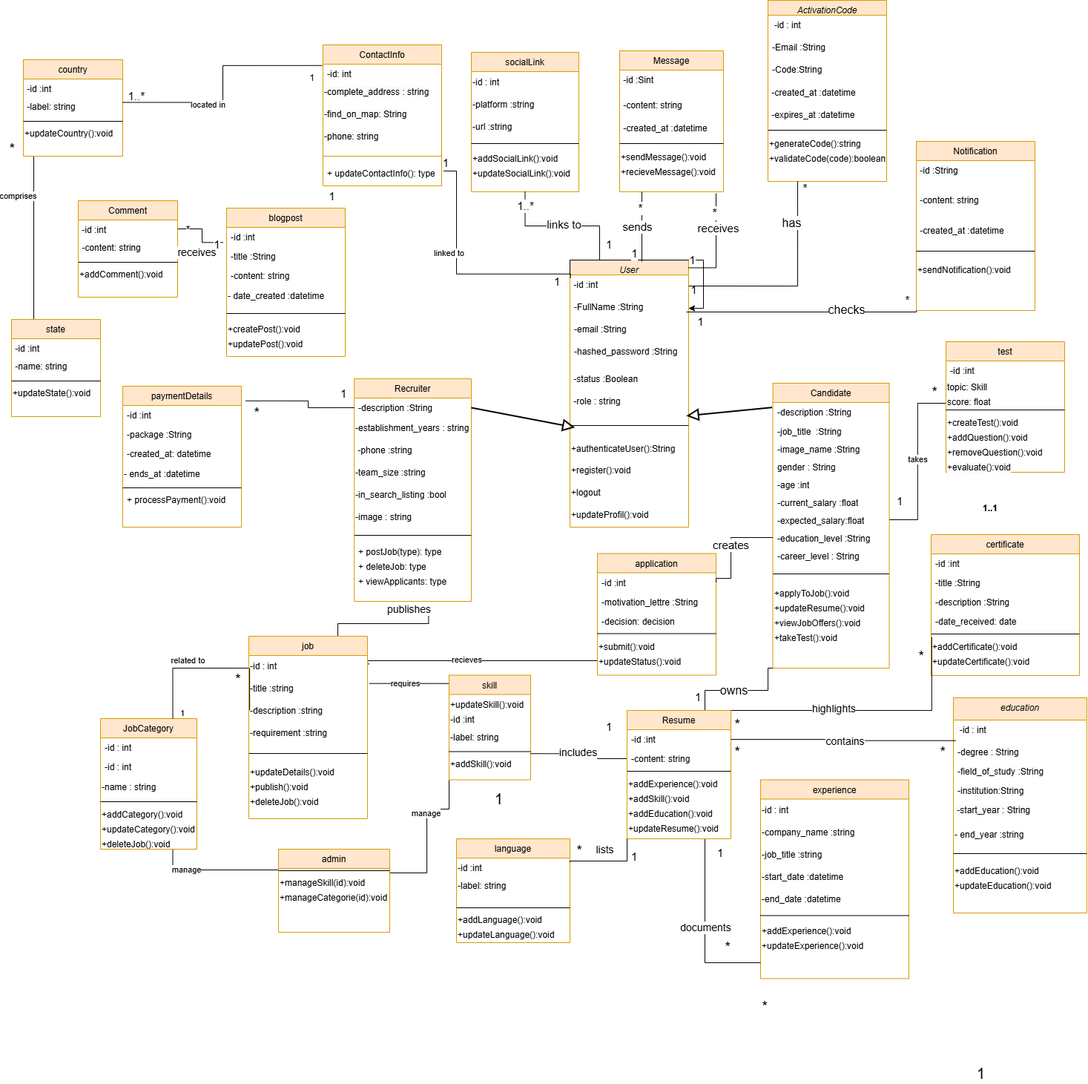
chirine1/-project keeps this draw.io diagram as class diagram.drawio.png. Above is the earlier version. Source tidied: cells renumbered, new cells last; positions are measured from the earlier drawing's top-left corner, leaving out a move shared by most shapes.
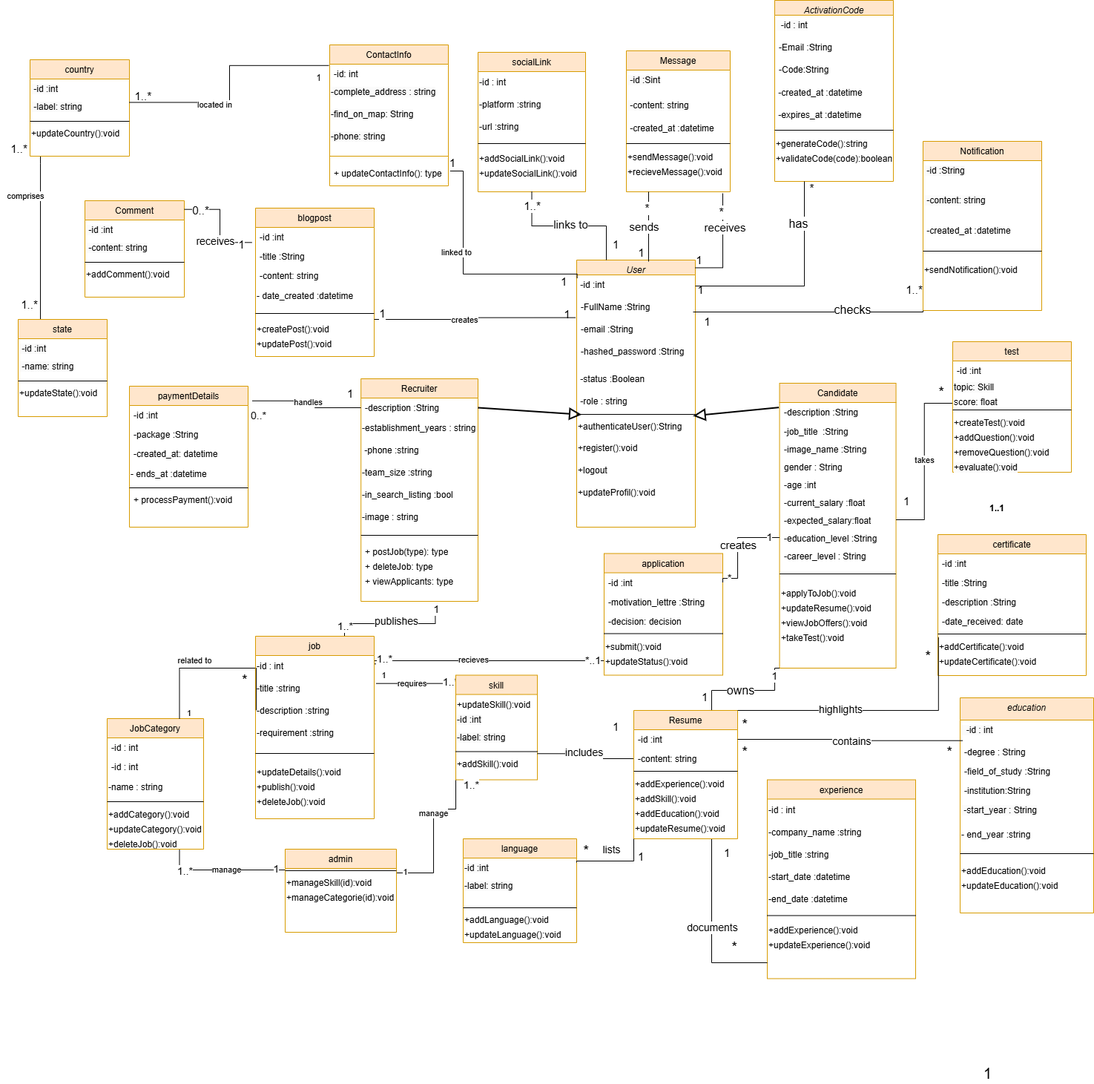
Later version of the same file.

Commit message:
Mettre à jour class diagram.drawio.png

Change to the diagram source:
```diff
@@ -7,5 +7,2 @@
     </mxCell>
-    <mxCell id="3" style="edgeStyle=orthogonalEdgeStyle;rounded=0;jettySize=auto;html=1;exitX=0;exitY=0;exitDx=0;exitDy=0;" parent="2" edge="1" source="4" target="5">
-      <mxGeometry relative="1" as="geometry" />
-    </mxCell>
     <mxCell id="4" value="&amp;nbsp;-id :int" style="text;whiteSpace=wrap;html=1;" parent="2" vertex="1">
@@ -29,15 +26,15 @@
     <mxCell id="10" style="line;html=1;strokeWidth=1;align=left;verticalAlign=middle;spacingTop=-1;spacingLeft=3;spacingRight=3;labelPosition=right;points=[];portConstraint=eastwest;" parent="2" vertex="1">
-      <mxGeometry y="206" width="160" height="34" as="geometry" />
+      <mxGeometry y="206" width="160" height="4" as="geometry" />
     </mxCell>
     <mxCell id="11" value="&lt;div style=&quot;&quot;&gt;&lt;span style=&quot;background-color: initial;&quot;&gt;+authenticateUser():String&lt;/span&gt;&lt;/div&gt;" style="text;html=1;align=left;verticalAlign=middle;strokeColor=none;fillColor=none;" parent="2" vertex="1">
-      <mxGeometry y="240" width="160" height="30" as="geometry" />
+      <mxGeometry y="210" width="160" height="30" as="geometry" />
     </mxCell>
     <mxCell id="12" value="&lt;div style=&quot;forced-color-adjust: none; text-align: left;&quot;&gt;+register():void&lt;/div&gt;&lt;div style=&quot;forced-color-adjust: none; text-align: left;&quot;&gt;&lt;br style=&quot;forced-color-adjust: none; color: rgb(0, 0, 0); font-family: Helvetica; font-size: 12px; font-style: normal; font-variant-ligatures: normal; font-variant-caps: normal; font-weight: 400; letter-spacing: normal; orphans: 2; text-align: left; text-indent: 0px; text-transform: none; widows: 2; word-spacing: 0px; -webkit-text-stroke-width: 0px; white-space: nowrap; background-color: rgb(251, 251, 251); text-decoration-thickness: initial; text-decoration-style: initial; text-decoration-color: initial;&quot;&gt;&lt;br&gt;&lt;br&gt;&lt;/div&gt;" style="text;whiteSpace=wrap;html=1;" parent="2" vertex="1">
-      <mxGeometry y="270" width="160" height="30" as="geometry" />
+      <mxGeometry y="240" width="160" height="30" as="geometry" />
     </mxCell>
     <mxCell id="13" value="&lt;div style=&quot;forced-color-adjust: none; text-align: left;&quot;&gt;+logout&lt;/div&gt;" style="text;whiteSpace=wrap;html=1;" parent="2" vertex="1">
-      <mxGeometry y="300" width="160" height="30" as="geometry" />
+      <mxGeometry y="270" width="160" height="30" as="geometry" />
     </mxCell>
     <mxCell id="14" value="&lt;div style=&quot;forced-color-adjust: none; text-align: left;&quot;&gt;+updateP&lt;span style=&quot;color: rgba(0, 0, 0, 0); font-family: monospace; font-size: 0px; text-wrap: nowrap; background-color: initial;&quot;&gt;%3CmxGraphModel%3E%3Croot%3E%3CmxCell%20id%3D%220%22%2F%3E%3CmxCell%20id%3D%221%22%20parent%3D%220%22%2F%3E%3CmxCell%20id%3D%222%22%20value%3D%22%26lt%3Bdiv%20style%3D%26quot%3Bforced-color-adjust%3A%20none%3B%20text-align%3A%20left%3B%26quot%3B%26gt%3B%2Bregister()%3Avoid%26lt%3B%2Fdiv%26gt%3B%26lt%3Bdiv%20style%3D%26quot%3Bforced-color-adjust%3A%20none%3B%20text-align%3A%20left%3B%26quot%3B%26gt%3B%26lt%3Bbr%20style%3D%26quot%3Bforced-color-adjust%3A%20none%3B%20color%3A%20rgb(0%2C%200%2C%200)%3B%20font-family%3A%20Helvetica%3B%20font-size%3A%2012px%3B%20font-style%3A%20normal%3B%20font-variant-ligatures%3A%20normal%3B%20font-variant-caps%3A%20normal%3B%20font-weight%3A%20400%3B%20letter-spacing%3A%20normal%3B%20orphans%3A%202%3B%20text-align%3A%20left%3B%20text-indent%3A%200px%3B%20text-transform%3A%20none%3B%20widows%3A%202%3B%20word-spacing%3A%200px%3B%20-webkit-text-stroke-width%3A%200px%3B%20white-space%3A%20nowrap%3B%20background-color%3A%20rgb(251%2C%20251%2C%20251)%3B%20text-decoration-thickness%3A%20initial%3B%20text-decoration-style%3A%20initial%3B%20text-decoration-color%3A%20initial%3B%26quot%3B%26gt%3B%26lt%3Bbr%26gt%3B%26lt%3Bbr%26gt%3B%26lt%3B%2Fdiv%26gt%3B%22%20style%3D%22text%3BwhiteSpace%3Dwrap%3Bhtml%3D1%3B%22%20vertex%3D%221%22%20parent%3D%221%22%3E%3CmxGeometry%20x%3D%22193%22%20y%3D%22-820%22%20width%3D%22160%22%20height%3D%2230%22%20as%3D%22geometry%22%2F%3E%3C%2FmxCell%3E%3C%2Froot%3E%3C%2FmxGraphModel%3E&lt;/span&gt;&lt;span style=&quot;background-color: initial;&quot;&gt;rofil():void&lt;/span&gt;&lt;/div&gt;&lt;div style=&quot;forced-color-adjust: none; text-align: left;&quot;&gt;&lt;br style=&quot;forced-color-adjust: none; color: rgb(0, 0, 0); font-family: Helvetica; font-size: 12px; font-style: normal; font-variant-ligatures: normal; font-variant-caps: normal; font-weight: 400; letter-spacing: normal; orphans: 2; text-align: left; text-indent: 0px; text-transform: none; widows: 2; word-spacing: 0px; -webkit-text-stroke-width: 0px; white-space: nowrap; background-color: rgb(251, 251, 251); text-decoration-thickness: initial; text-decoration-style: initial; text-decoration-color: initial;&quot;&gt;&lt;br&gt;&lt;br&gt;&lt;/div&gt;" style="text;whiteSpace=wrap;html=1;" parent="2" vertex="1">
-      <mxGeometry y="330" width="160" height="20" as="geometry" />
+      <mxGeometry y="300" width="160" height="20" as="geometry" />
     </mxCell>
@@ -230,4 +227,12 @@
     <mxCell id="77" value="manage" style="edgeLabel;html=1;align=center;verticalAlign=middle;" parent="76" vertex="1">
-      <mxGeometry x="0.47" relative="1" as="geometry" />
+      <mxGeometry x="0.47" relative="1" as="geometry">
+        <mxPoint x="45" as="offset" />
+      </mxGeometry>
     </mxCell>
+    <mxCell id="279" value="&lt;font style=&quot;font-size: 14px;&quot;&gt;1&lt;/font&gt;" style="edgeLabel;html=1;align=center;verticalAlign=middle;" parent="76" vertex="1">
+      <mxGeometry x="-0.86" y="-1" relative="1" as="geometry" />
+    </mxCell>
+    <mxCell id="280" value="&lt;font style=&quot;font-size: 14px;&quot;&gt;1..*&lt;/font&gt;" style="edgeLabel;html=1;align=center;verticalAlign=middle;" parent="76" vertex="1">
+      <mxGeometry x="0.58" y="2" relative="1" as="geometry" />
+    </mxCell>
     <mxCell id="78" style="edgeStyle=orthogonalEdgeStyle;rounded=0;jettySize=auto;html=1;endArrow=none;endFill=0;exitX=1;exitY=0;exitDx=0;exitDy=0;entryX=0;entryY=0.5;entryDx=0;entryDy=0;" parent="1" edge="1" source="82" target="123">
@@ -246,2 +251,5 @@
     </mxCell>
+    <mxCell id="281" value="1" style="edgeLabel;html=1;align=center;verticalAlign=middle;" parent="78" vertex="1">
+      <mxGeometry x="-0.92" y="1" relative="1" as="geometry" />
+    </mxCell>
     <mxCell id="80" value="admin" style="swimlane;fontStyle=0;align=center;verticalAlign=top;horizontal=1;startSize=26;rounded=0;shadow=0;strokeWidth=1;fillColor=#ffe6cc;strokeColor=#d79b00;" parent="1" vertex="1">
@@ -351,2 +359,8 @@
     </mxCell>
+    <mxCell id="282" value="&lt;font style=&quot;font-size: 14px;&quot;&gt;*..1&lt;/font&gt;" style="edgeLabel;html=1;align=center;verticalAlign=middle;" parent="111" vertex="1">
+      <mxGeometry x="0.88" relative="1" as="geometry" />
+    </mxCell>
+    <mxCell id="283" value="&lt;font style=&quot;font-size: 14px;&quot;&gt;1..*&lt;/font&gt;" style="edgeLabel;html=1;align=center;verticalAlign=middle;" parent="111" vertex="1">
+      <mxGeometry x="-0.87" y="2" relative="1" as="geometry" />
+    </mxCell>
     <mxCell id="113" style="edgeStyle=orthogonalEdgeStyle;rounded=0;jettySize=auto;html=1;exitX=1.016;exitY=0.256;exitDx=0;exitDy=0;entryX=0;entryY=0;entryDx=0;entryDy=0;endArrow=none;endFill=0;exitPerimeter=0;" parent="1" edge="1" source="271" target="122">
@@ -361,2 +375,10 @@
     </mxCell>
+    <mxCell id="284" value="&lt;font style=&quot;font-size: 14px;&quot;&gt;1..*&lt;/font&gt;" style="edgeLabel;html=1;align=center;verticalAlign=middle;" parent="113" vertex="1">
+      <mxGeometry x="0.63" y="2" relative="1" as="geometry" />
+    </mxCell>
+    <mxCell id="285" value="1" style="edgeLabel;html=1;align=center;verticalAlign=middle;" parent="113" vertex="1">
+      <mxGeometry x="-0.84" y="1" relative="1" as="geometry">
+        <mxPoint y="-10" as="offset" />
+      </mxGeometry>
+    </mxCell>
     <mxCell id="115" value="language" style="swimlane;fontStyle=0;align=center;verticalAlign=top;horizontal=1;startSize=26;rounded=0;shadow=0;strokeWidth=1;fillColor=#ffe6cc;strokeColor=#d79b00;" parent="1" vertex="1">
@@ -419,3 +441,3 @@
     <mxCell id="134" value="blogpost" style="swimlane;fontStyle=0;align=center;verticalAlign=top;horizontal=1;startSize=26;rounded=0;shadow=0;strokeWidth=1;fillColor=#ffe6cc;strokeColor=#d79b00;" parent="1" vertex="1">
-      <mxGeometry x="304" y="280" width="160" height="200" as="geometry" />
+      <mxGeometry x="334" y="280" width="160" height="200" as="geometry" />
     </mxCell>
@@ -455,5 +477,5 @@
     </mxCell>
-    <mxCell id="144" value="&lt;font style=&quot;font-size: 15px;&quot;&gt;*&lt;/font&gt;" style="edgeLabel;html=1;align=center;verticalAlign=middle;" parent="142" vertex="1">
+    <mxCell id="144" value="&lt;font style=&quot;font-size: 15px;&quot;&gt;1..*&lt;/font&gt;" style="edgeLabel;html=1;align=center;verticalAlign=middle;" parent="142" vertex="1">
       <mxGeometry x="0.91" y="2" relative="1" as="geometry">
-        <mxPoint y="-14" as="offset" />
+        <mxPoint y="-28" as="offset" />
       </mxGeometry>
@@ -490,3 +512,3 @@
     </mxCell>
-    <mxCell id="150" style="edgeStyle=orthogonalEdgeStyle;rounded=0;jettySize=auto;html=1;exitX=-0.031;exitY=-0.218;exitDx=0;exitDy=0;entryX=1;entryY=0.5;entryDx=0;entryDy=0;endArrow=none;endFill=0;exitPerimeter=0;" parent="1" edge="1" source="136" target="63">
+    <mxCell id="150" style="edgeStyle=orthogonalEdgeStyle;rounded=0;jettySize=auto;html=1;exitX=-0.031;exitY=-0.218;exitDx=0;exitDy=0;entryX=1.001;entryY=0.09;entryDx=0;entryDy=0;endArrow=none;endFill=0;exitPerimeter=0;entryPerimeter=0;" parent="1" edge="1" source="136" target="62">
       <mxGeometry relative="1" as="geometry" />
@@ -496,3 +518,3 @@
     </mxCell>
-    <mxCell id="152" value="&lt;font style=&quot;font-size: 15px;&quot;&gt;*&lt;/font&gt;" style="edgeLabel;html=1;align=center;verticalAlign=middle;" parent="150" vertex="1">
+    <mxCell id="152" value="&lt;font style=&quot;font-size: 15px;&quot;&gt;0..*&lt;/font&gt;" style="edgeLabel;html=1;align=center;verticalAlign=middle;" parent="150" vertex="1">
       <mxGeometry x="0.7" y="1" relative="1" as="geometry">
@@ -529,2 +551,5 @@
     </mxCell>
+    <mxCell id="286" value="&lt;font style=&quot;font-size: 14px;&quot;&gt;1&lt;/font&gt;" style="edgeLabel;html=1;align=center;verticalAlign=middle;" parent="157" vertex="1">
+      <mxGeometry x="0.77" y="1" relative="1" as="geometry" />
+    </mxCell>
     <mxCell id="159" style="edgeStyle=orthogonalEdgeStyle;rounded=0;jettySize=auto;html=1;exitX=0.75;exitY=1;exitDx=0;exitDy=0;endArrow=none;endFill=0;" parent="1" edge="1" source="163" target="40">
@@ -614,2 +639,8 @@
     </mxCell>
+    <mxCell id="287" value="&lt;font style=&quot;font-size: 14px;&quot;&gt;1&lt;/font&gt;" style="edgeLabel;html=1;align=center;verticalAlign=middle;" parent="180" vertex="1">
+      <mxGeometry x="-0.79" relative="1" as="geometry" />
+    </mxCell>
+    <mxCell id="223" value="&lt;font style=&quot;font-size: 14px;&quot;&gt;*&lt;/font&gt;" style="edgeLabel;html=1;align=center;verticalAlign=middle;" parent="180" vertex="1">
+      <mxGeometry x="0.79" y="-1" relative="1" as="geometry" />
+    </mxCell>
     <mxCell id="182" style="edgeStyle=orthogonalEdgeStyle;rounded=0;jettySize=auto;html=1;entryX=1;entryY=0.029;entryDx=0;entryDy=0;entryPerimeter=0;endArrow=none;endFill=0;" parent="1" edge="1" target="2">
@@ -640,5 +671,11 @@
       <mxGeometry x="-0.23" y="-3" relative="1" as="geometry">
-        <mxPoint x="49" y="-22" as="offset" />
+        <mxPoint x="24" y="-6" as="offset" />
       </mxGeometry>
     </mxCell>
+    <mxCell id="288" value="&lt;font style=&quot;font-size: 14px;&quot;&gt;1&lt;/font&gt;" style="edgeLabel;html=1;align=center;verticalAlign=middle;" parent="185" vertex="1">
+      <mxGeometry x="0.94" y="-1" relative="1" as="geometry" />
+    </mxCell>
+    <mxCell id="289" value="&lt;font style=&quot;font-size: 14px;&quot;&gt;1..*&lt;/font&gt;" style="edgeLabel;html=1;align=center;verticalAlign=middle;" parent="185" vertex="1">
+      <mxGeometry x="-0.83" relative="1" as="geometry" />
+    </mxCell>
     <mxCell id="187" style="endArrow=none;html=1;edgeStyle=orthogonalEdgeStyle;rounded=0;entryX=1;entryY=0.25;entryDx=0;entryDy=0;exitX=0;exitY=1;exitDx=0;exitDy=0;" parent="1" edge="1" source="163" target="116">
@@ -778,3 +815,3 @@
     </mxCell>
-    <mxCell id="215" value="&lt;font style=&quot;font-size: 20px;&quot;&gt;*&lt;/font&gt;" style="edgeLabel;html=1;align=right;verticalAlign=bottom;" parent="213" vertex="1">
+    <mxCell id="215" value="&lt;font style=&quot;font-size: 14px;&quot;&gt;0..*&lt;/font&gt;" style="edgeLabel;html=1;align=right;verticalAlign=bottom;" parent="213" vertex="1">
       <mxGeometry x="1" relative="1" as="geometry">
@@ -783,2 +820,5 @@
     </mxCell>
+    <mxCell id="290" value="handles" style="edgeLabel;html=1;align=center;verticalAlign=middle;" parent="213" vertex="1">
+      <mxGeometry x="0.04" y="2" relative="1" as="geometry" />
+    </mxCell>
     <mxCell id="216" value="1" style="text;html=1;align=center;verticalAlign=middle;strokeColor=none;fillColor=none;" parent="1" vertex="1">
@@ -786,4 +826,4 @@
     </mxCell>
-    <mxCell id="217" value="&lt;font style=&quot;font-size: 20px;&quot;&gt;*&lt;/font&gt;" style="text;html=1;align=center;verticalAlign=middle;strokeColor=none;fillColor=none;" parent="1" vertex="1">
-      <mxGeometry y="180" width="30" height="40" as="geometry" />
+    <mxCell id="217" value="&lt;font style=&quot;font-size: 15px;&quot;&gt;1..*&lt;/font&gt;" style="text;html=1;align=center;verticalAlign=middle;strokeColor=none;fillColor=none;" parent="1" vertex="1">
+      <mxGeometry x="-10" y="185" width="50" height="30" as="geometry" />
     </mxCell>
@@ -795,4 +835,6 @@
     </mxCell>
-    <mxCell id="220" value="&lt;font style=&quot;font-size: 20px;&quot;&gt;1&lt;/font&gt;" style="edgeLabel;html=1;align=left;verticalAlign=bottom;" parent="1" vertex="1">
-      <mxGeometry x="664" y="1090" as="geometry" />
+    <mxCell id="220" value="&lt;font style=&quot;font-size: 14px;&quot;&gt;1..*&lt;/font&gt;" style="edgeLabel;html=1;align=left;verticalAlign=bottom;" parent="1" vertex="1">
+      <mxGeometry x="664" y="1090" as="geometry">
+        <mxPoint x="-51" y="-22" as="offset" />
+      </mxGeometry>
     </mxCell>
@@ -804,5 +846,2 @@
     </mxCell>
-    <mxCell id="223" value="&lt;div style=&quot;font-size: 20px;&quot;&gt;*&lt;/div&gt;" style="edgeLabel;html=1;align=right;verticalAlign=bottom;" parent="1" vertex="1">
-      <mxGeometry x="1034" y="1370" as="geometry" />
-    </mxCell>
     <mxCell id="224" value="&lt;div style=&quot;&quot;&gt;&lt;font style=&quot;font-size: 15px;&quot;&gt;1&lt;/font&gt;&lt;/div&gt;" style="edgeLabel;html=1;align=left;verticalAlign=bottom;" parent="1" vertex="1">
@@ -832,7 +871,2 @@
     </mxCell>
-    <mxCell id="231" value="&lt;font style=&quot;font-size: 15px;&quot;&gt;1&lt;/font&gt;" style="edgeLabel;html=1;align=center;verticalAlign=middle;" parent="1" vertex="1">
-      <mxGeometry x="955" y="510" as="geometry">
-        <mxPoint x="-509" y="-246" as="offset" />
-      </mxGeometry>
-    </mxCell>
     <mxCell id="232" value="&lt;font style=&quot;font-size: 15px;&quot;&gt;1&lt;/font&gt;" style="edgeLabel;html=1;align=left;verticalAlign=bottom;" parent="1" vertex="1">
@@ -1000,2 +1034,19 @@
     </mxCell>
+    <mxCell id="291" value="&lt;font style=&quot;font-size: 15px;&quot;&gt;1..*&lt;/font&gt;" style="text;html=1;align=center;verticalAlign=middle;strokeColor=none;fillColor=none;" parent="1" vertex="1">
+      <mxGeometry x="4" y="395" width="50" height="30" as="geometry" />
+    </mxCell>
+    <mxCell id="292" style="edgeStyle=orthogonalEdgeStyle;rounded=0;jettySize=auto;html=1;exitX=1;exitY=0.75;exitDx=0;exitDy=0;entryX=-0.009;entryY=-0.08;entryDx=0;entryDy=0;entryPerimeter=0;endArrow=none;endFill=0;" parent="1" edge="1" source="134" target="6">
+      <mxGeometry relative="1" as="geometry" />
+    </mxCell>
+    <mxCell id="231" value="&lt;font style=&quot;font-size: 15px;&quot;&gt;1&lt;/font&gt;" style="edgeLabel;html=1;align=center;verticalAlign=middle;" parent="292" vertex="1">
+      <mxGeometry x="-0.93" y="3" relative="1" as="geometry">
+        <mxPoint y="-5" as="offset" />
+      </mxGeometry>
+    </mxCell>
+    <mxCell id="293" value="creates" style="edgeLabel;html=1;align=center;verticalAlign=middle;" parent="292" vertex="1">
+      <mxGeometry x="-0.11" y="-1" relative="1" as="geometry" />
+    </mxCell>
+    <mxCell id="294" value="&lt;font style=&quot;font-size: 15px;&quot;&gt;1&lt;/font&gt;" style="text;html=1;align=center;verticalAlign=middle;strokeColor=none;fillColor=none;" parent="1" vertex="1">
+      <mxGeometry x="739" y="408" width="30" height="30" as="geometry" />
+    </mxCell>
   </root>
```
